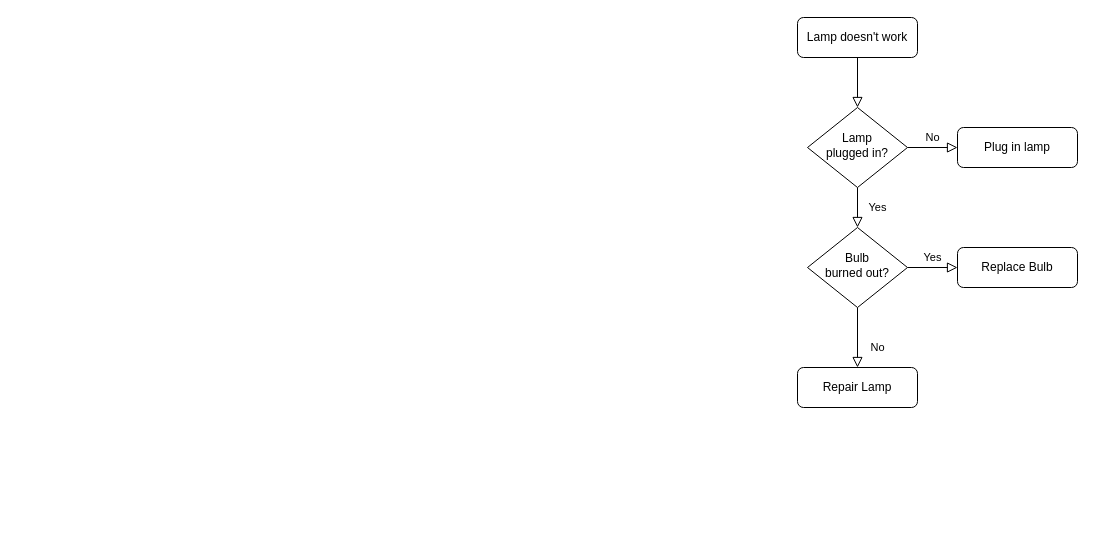
Above: Untitled Diagram.drawio in AmanGupta234/day-3-start (draw.io), before the change. Source tidied: cells renumbered, new cells numbered last; positions are measured from the earlier drawing's top-left corner, leaving out a move shared by most shapes. Both pictures are drawn from the tidied source at 100%, with x=0, y=0 at pixel (797, 17).
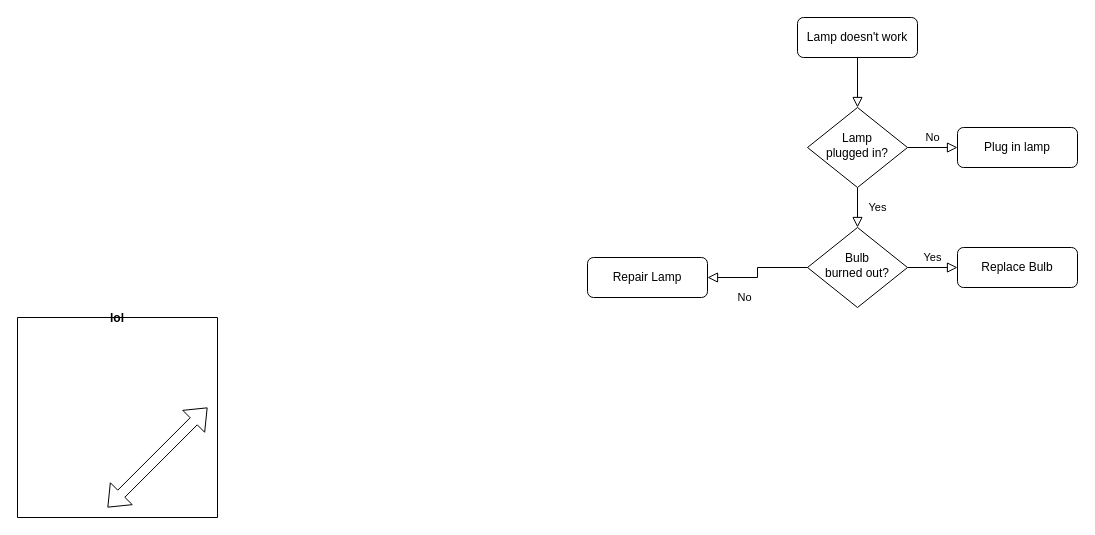
The same diagram, later.

The edit, as a diff of the source:
```diff
@@
 <mxGraphModel>
   <root>
     <mxCell id="0" />
     <mxCell id="1" parent="0" />
     <mxCell id="2" style="rounded=0;html=1;jettySize=auto;fontSize=11;endArrow=block;endFill=0;endSize=8;strokeWidth=1;shadow=0;labelBackgroundColor=none;edgeStyle=orthogonalEdgeStyle;" parent="1" edge="1" source="3" target="6">
       <mxGeometry relative="1" as="geometry" />
     </mxCell>
     <mxCell id="3" value="Lamp doesn't work" style="rounded=1;whiteSpace=wrap;html=1;fontSize=12;glass=0;strokeWidth=1;shadow=0;" parent="1" vertex="1">
       <mxGeometry width="120" height="40" as="geometry" />
     </mxCell>
     <mxCell id="4" value="Yes" style="rounded=0;html=1;jettySize=auto;fontSize=11;endArrow=block;endFill=0;endSize=8;strokeWidth=1;shadow=0;labelBackgroundColor=none;edgeStyle=orthogonalEdgeStyle;" parent="1" edge="1" source="6" target="10">
       <mxGeometry y="20" relative="1" as="geometry" />
     </mxCell>
     <mxCell id="5" value="No" style="edgeStyle=orthogonalEdgeStyle;rounded=0;html=1;jettySize=auto;fontSize=11;endArrow=block;endFill=0;endSize=8;strokeWidth=1;shadow=0;labelBackgroundColor=none;" parent="1" edge="1" source="6" target="7">
       <mxGeometry y="10" relative="1" as="geometry" />
     </mxCell>
     <mxCell id="6" value="Lamp&lt;br&gt;plugged in?" style="rhombus;whiteSpace=wrap;html=1;shadow=0;fontFamily=Helvetica;fontSize=12;align=center;strokeWidth=1;spacing=6;spacingTop=-4;" parent="1" vertex="1">
       <mxGeometry x="10" y="90" width="100" height="80" as="geometry" />
     </mxCell>
     <mxCell id="7" value="Plug in lamp" style="rounded=1;whiteSpace=wrap;html=1;fontSize=12;glass=0;strokeWidth=1;shadow=0;" parent="1" vertex="1">
       <mxGeometry x="160" y="110" width="120" height="40" as="geometry" />
     </mxCell>
     <mxCell id="8" value="No" style="rounded=0;html=1;jettySize=auto;fontSize=11;endArrow=block;endFill=0;endSize=8;strokeWidth=1;shadow=0;labelBackgroundColor=none;edgeStyle=orthogonalEdgeStyle;" parent="1" edge="1" source="10" target="11">
       <mxGeometry x="0.33" y="20" relative="1" as="geometry" />
     </mxCell>
     <mxCell id="9" value="Yes" style="edgeStyle=orthogonalEdgeStyle;rounded=0;html=1;jettySize=auto;fontSize=11;endArrow=block;endFill=0;endSize=8;strokeWidth=1;shadow=0;labelBackgroundColor=none;" parent="1" edge="1" source="10" target="12">
       <mxGeometry y="10" relative="1" as="geometry" />
     </mxCell>
     <mxCell id="10" value="Bulb&lt;br&gt;burned out?" style="rhombus;whiteSpace=wrap;html=1;shadow=0;fontFamily=Helvetica;fontSize=12;align=center;strokeWidth=1;spacing=6;spacingTop=-4;" parent="1" vertex="1">
       <mxGeometry x="10" y="210" width="100" height="80" as="geometry" />
     </mxCell>
     <mxCell id="11" value="Repair Lamp" style="rounded=1;whiteSpace=wrap;html=1;fontSize=12;glass=0;strokeWidth=1;shadow=0;" parent="1" vertex="1">
-      <mxGeometry y="350" width="120" height="40" as="geometry" />
+      <mxGeometry x="-210" y="240" width="120" height="40" as="geometry" />
     </mxCell>
     <mxCell id="12" value="Replace Bulb" style="rounded=1;whiteSpace=wrap;html=1;fontSize=12;glass=0;strokeWidth=1;shadow=0;" parent="1" vertex="1">
       <mxGeometry x="160" y="230" width="120" height="40" as="geometry" />
     </mxCell>
+    <mxCell id="13" style="shape=flexArrow;endArrow=classic;startArrow=classic;html=1;rounded=0;" parent="1" edge="1">
+      <mxGeometry relative="1" as="geometry">
+        <mxPoint x="-690" y="490" as="sourcePoint" />
+        <mxPoint x="-590" y="390" as="targetPoint" />
+      </mxGeometry>
+    </mxCell>
+    <mxCell id="14" value="lol" style="swimlane;startSize=0;" parent="1" vertex="1">
+      <mxGeometry x="-780" y="300" width="200" height="200" as="geometry" />
+    </mxCell>
   </root>
 </mxGraphModel>
```
